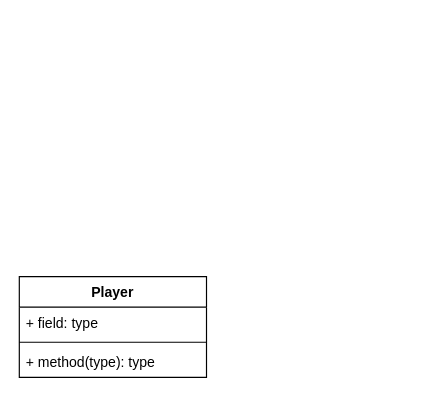
birdboiboi/No_Longer_Human keeps this draw.io diagram as page "Classes" (2 of 3) of NoLongerHuman.drawio. Above is the earlier version. Source tidied: cells renumbered, new cells numbered last; positions are measured from the earlier drawing's top-left corner, leaving out a move shared by most shapes. Both pictures are drawn from the tidied source at 117%, with x=0, y=0 at pixel (19, 276).
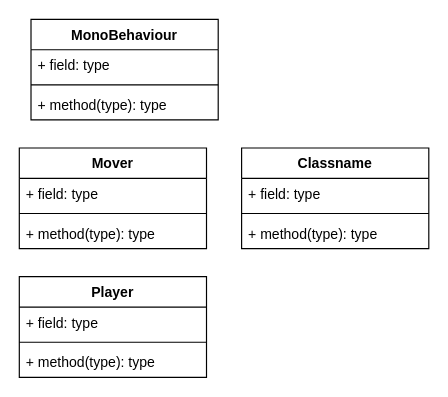
The same diagram, later.

Commit message:
Update NoLongerHuman.drawio with mirror script

Change to the diagram source:
```diff
@@
 <mxGraphModel>
   <root>
     <mxCell id="0" />
     <mxCell id="1" parent="0" />
     <mxCell id="2" value="Player" style="swimlane;fontStyle=1;align=center;verticalAlign=top;horizontal=1;startSize=26;" parent="1" vertex="1">
       <mxGeometry width="160" height="86" as="geometry" />
     </mxCell>
     <mxCell id="3" value="+ field: type" style="text;strokeColor=none;fillColor=none;align=left;verticalAlign=top;spacingLeft=4;spacingRight=4;overflow=hidden;" parent="2" vertex="1">
       <mxGeometry y="26" width="160" height="26" as="geometry" />
     </mxCell>
     <mxCell id="4" style="line;strokeWidth=1;fillColor=none;align=left;verticalAlign=middle;spacingTop=-1;spacingLeft=3;spacingRight=3;labelPosition=right;" parent="2" vertex="1">
       <mxGeometry y="52" width="160" height="8" as="geometry" />
     </mxCell>
     <mxCell id="5" value="+ method(type): type" style="text;strokeColor=none;fillColor=none;align=left;verticalAlign=top;spacingLeft=4;spacingRight=4;overflow=hidden;" parent="2" vertex="1">
       <mxGeometry y="60" width="160" height="26" as="geometry" />
     </mxCell>
+    <mxCell id="6" value="MonoBehaviour" style="swimlane;fontStyle=1;align=center;verticalAlign=top;horizontal=1;startSize=26;" parent="1" vertex="1">
+      <mxGeometry x="10" y="-220" width="160" height="86" as="geometry" />
+    </mxCell>
+    <mxCell id="7" value="+ field: type" style="text;strokeColor=none;fillColor=none;align=left;verticalAlign=top;spacingLeft=4;spacingRight=4;overflow=hidden;" parent="6" vertex="1">
+      <mxGeometry y="26" width="160" height="26" as="geometry" />
+    </mxCell>
+    <mxCell id="8" style="line;strokeWidth=1;fillColor=none;align=left;verticalAlign=middle;spacingTop=-1;spacingLeft=3;spacingRight=3;labelPosition=right;" parent="6" vertex="1">
+      <mxGeometry y="52" width="160" height="8" as="geometry" />
+    </mxCell>
+    <mxCell id="9" value="+ method(type): type" style="text;strokeColor=none;fillColor=none;align=left;verticalAlign=top;spacingLeft=4;spacingRight=4;overflow=hidden;" parent="6" vertex="1">
+      <mxGeometry y="60" width="160" height="26" as="geometry" />
+    </mxCell>
+    <mxCell id="10" value="Mover" style="swimlane;fontStyle=1;align=center;verticalAlign=top;horizontal=1;startSize=26;" parent="1" vertex="1">
+      <mxGeometry y="-110" width="160" height="86" as="geometry" />
+    </mxCell>
+    <mxCell id="11" value="+ field: type" style="text;strokeColor=none;fillColor=none;align=left;verticalAlign=top;spacingLeft=4;spacingRight=4;overflow=hidden;" parent="10" vertex="1">
+      <mxGeometry y="26" width="160" height="26" as="geometry" />
+    </mxCell>
+    <mxCell id="12" style="line;strokeWidth=1;fillColor=none;align=left;verticalAlign=middle;spacingTop=-1;spacingLeft=3;spacingRight=3;labelPosition=right;" parent="10" vertex="1">
+      <mxGeometry y="52" width="160" height="8" as="geometry" />
+    </mxCell>
+    <mxCell id="13" value="+ method(type): type" style="text;strokeColor=none;fillColor=none;align=left;verticalAlign=top;spacingLeft=4;spacingRight=4;overflow=hidden;" parent="10" vertex="1">
+      <mxGeometry y="60" width="160" height="26" as="geometry" />
+    </mxCell>
+    <mxCell id="14" value="Classname" style="swimlane;fontStyle=1;align=center;verticalAlign=top;horizontal=1;startSize=26;" parent="1" vertex="1">
+      <mxGeometry x="190" y="-110" width="160" height="86" as="geometry" />
+    </mxCell>
+    <mxCell id="15" value="+ field: type" style="text;strokeColor=none;fillColor=none;align=left;verticalAlign=top;spacingLeft=4;spacingRight=4;overflow=hidden;" parent="14" vertex="1">
+      <mxGeometry y="26" width="160" height="26" as="geometry" />
+    </mxCell>
+    <mxCell id="16" style="line;strokeWidth=1;fillColor=none;align=left;verticalAlign=middle;spacingTop=-1;spacingLeft=3;spacingRight=3;labelPosition=right;" parent="14" vertex="1">
+      <mxGeometry y="52" width="160" height="8" as="geometry" />
+    </mxCell>
+    <mxCell id="17" value="+ method(type): type" style="text;strokeColor=none;fillColor=none;align=left;verticalAlign=top;spacingLeft=4;spacingRight=4;overflow=hidden;" parent="14" vertex="1">
+      <mxGeometry y="60" width="160" height="26" as="geometry" />
+    </mxCell>
   </root>
 </mxGraphModel>
```
